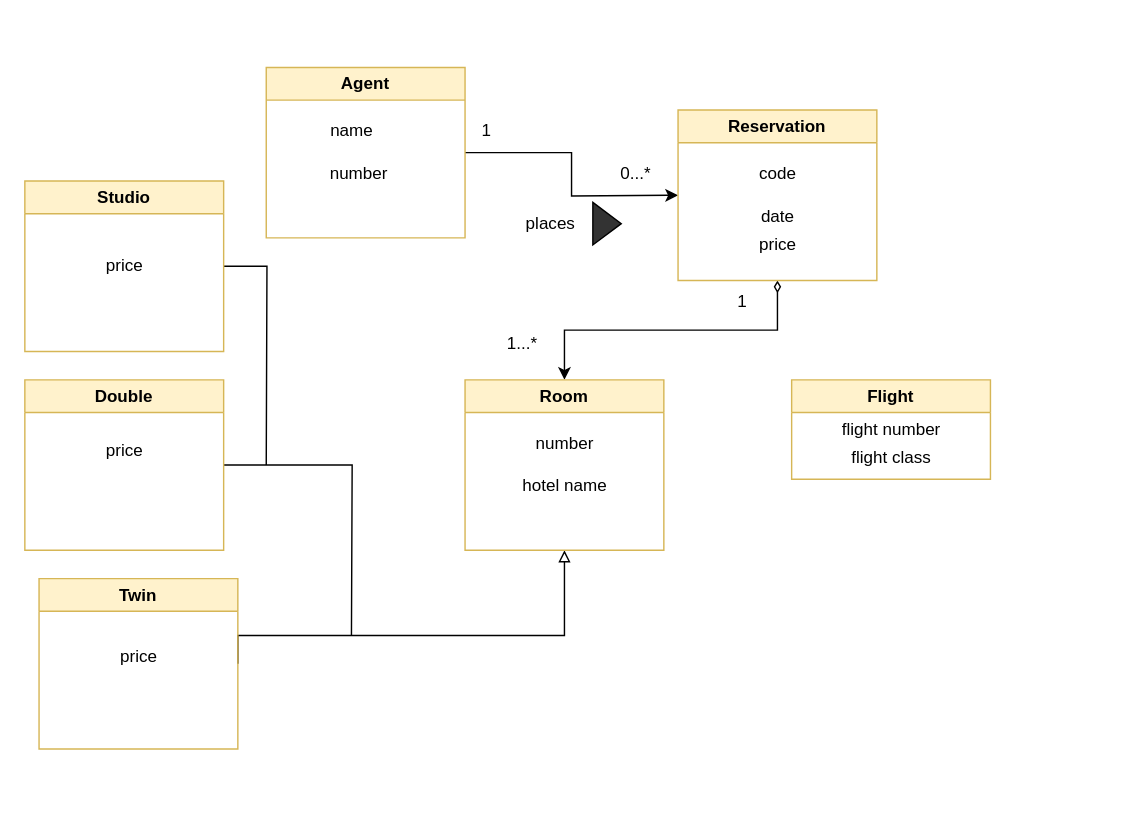
Noah-B-Reef/CS-3560-Homework-3 keeps this draw.io diagram as Q2A.drawio. Above is the earlier version. Source tidied: cells renumbered, new cells numbered last; positions are measured from the earlier drawing's top-left corner, leaving out a move shared by most shapes. Both pictures are drawn from the tidied source at 142%, with x=0, y=0 at pixel (24, 67).
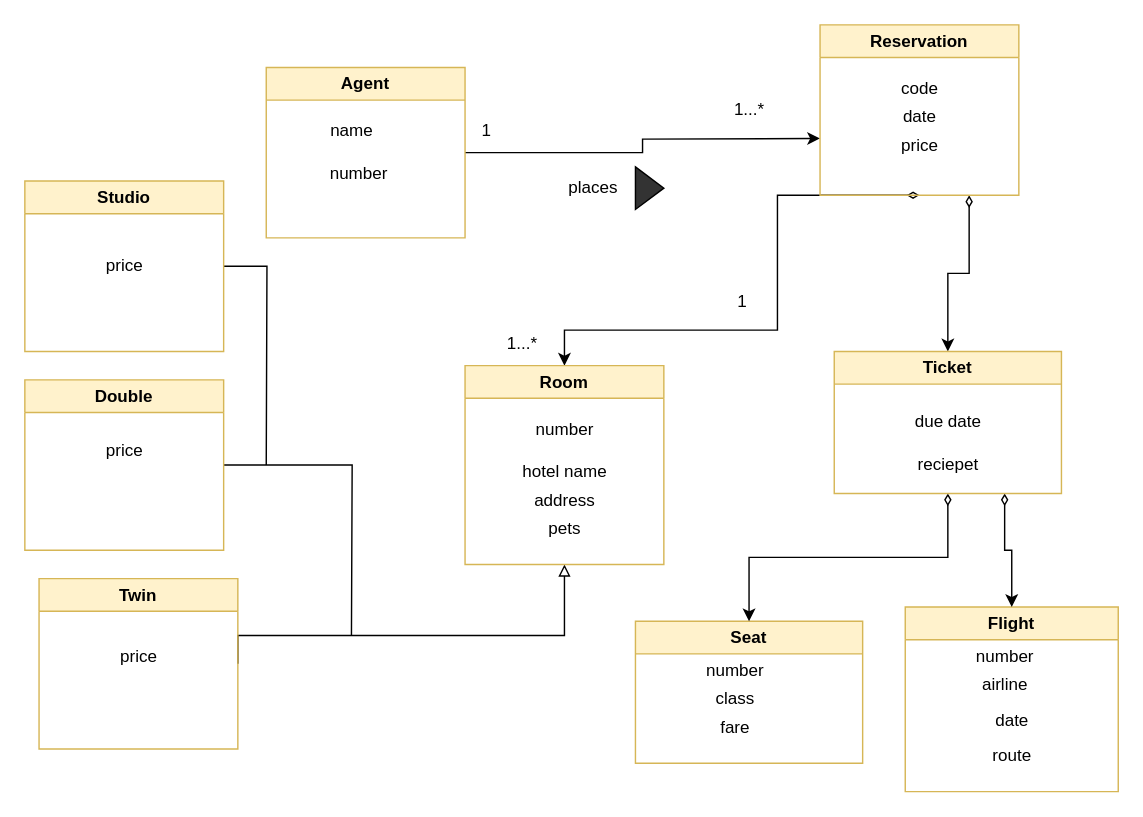
The same diagram, later.

Unchanged cells that the change refers to:
```xml
<mxCell id="3" value="Agent" style="swimlane;whiteSpace=wrap;html=1;startSize=23;fillColor=#fff2cc;strokeColor=#d6b656;" parent="1" vertex="1">
  <mxGeometry x="170" width="140" height="120" as="geometry" />
</mxCell>
```

Diff of the diagram source:
```diff
@@
     <mxCell id="2" style="edgeStyle=orthogonalEdgeStyle;rounded=0;jettySize=auto;html=1;exitX=1;exitY=0.5;exitDx=0;exitDy=0;" parent="1" edge="1" source="3">
       <mxGeometry relative="1" as="geometry">
-        <mxPoint x="460" y="90" as="targetPoint" />
+        <mxPoint x="560" y="50" as="targetPoint" />
       </mxGeometry>
     </mxCell>
@@
+    <mxCell id="32" style="edgeStyle=orthogonalEdgeStyle;rounded=0;jettySize=auto;html=1;exitX=0.75;exitY=1;exitDx=0;exitDy=0;endArrow=classic;endFill=1;startArrow=diamondThin;startFill=0;entryX=0.5;entryY=0;entryDx=0;entryDy=0;" parent="1" edge="1" source="7" target="43">
+      <mxGeometry relative="1" as="geometry" />
+    </mxCell>
     <mxCell id="7" value="Reservation" style="swimlane;whiteSpace=wrap;html=1;fillColor=#fff2cc;strokeColor=#d6b656;" parent="1" vertex="1">
-      <mxGeometry x="460" y="30" width="140" height="120" as="geometry" />
+      <mxGeometry x="560" y="-30" width="140" height="120" as="geometry" />
     </mxCell>
@@
     <mxCell id="9" value="date" style="text;html=1;align=center;verticalAlign=middle;strokeColor=none;fillColor=none;" parent="7" vertex="1">
-      <mxGeometry x="45" y="60" width="50" height="30" as="geometry" />
+      <mxGeometry x="45" y="50" width="50" height="30" as="geometry" />
     </mxCell>
     <mxCell id="10" value="price" style="text;html=1;align=center;verticalAlign=middle;strokeColor=none;fillColor=none;" parent="7" vertex="1">
-      <mxGeometry x="45" y="80" width="50" height="30" as="geometry" />
+      <mxGeometry x="45" y="70" width="50" height="30" as="geometry" />
     </mxCell>
@@
     <mxCell id="16" value="Room" style="swimlane;whiteSpace=wrap;html=1;fillColor=#fff2cc;strokeColor=#d6b656;" parent="1" vertex="1">
-      <mxGeometry x="310" y="220" width="140" height="120" as="geometry" />
+      <mxGeometry x="310" y="210" width="140" height="140" as="geometry" />
     </mxCell>
@@
+    <mxCell id="33" value="address" style="text;html=1;align=center;verticalAlign=middle;strokeColor=none;fillColor=none;" parent="16" vertex="1">
+      <mxGeometry x="35" y="80" width="70" height="30" as="geometry" />
+    </mxCell>
+    <mxCell id="34" value="pets" style="text;html=1;align=center;verticalAlign=middle;strokeColor=none;fillColor=none;" parent="16" vertex="1">
+      <mxGeometry x="45" y="100" width="50" height="30" as="geometry" />
+    </mxCell>
@@
-    <mxCell id="20" value="0...*" style="text;html=1;align=center;verticalAlign=middle;strokeColor=none;fillColor=none;" parent="1" vertex="1">
-      <mxGeometry x="410" y="60" width="40" height="30" as="geometry" />
+    <mxCell id="20" value="1...*" style="text;html=1;align=center;verticalAlign=middle;strokeColor=none;fillColor=none;" parent="1" vertex="1">
+      <mxGeometry x="490" y="15" width="40" height="30" as="geometry" />
     </mxCell>
     <mxCell id="21" style="triangle;whiteSpace=wrap;html=1;fillColor=#333333;" parent="1" vertex="1">
-      <mxGeometry x="400" y="95" width="20" height="30" as="geometry" />
+      <mxGeometry x="430" y="70" width="20" height="30" as="geometry" />
     </mxCell>
     <mxCell id="22" value="places" style="text;html=1;align=center;verticalAlign=middle;strokeColor=none;fillColor=none;" parent="1" vertex="1">
-      <mxGeometry x="340" y="95" width="60" height="30" as="geometry" />
+      <mxGeometry x="370" y="70" width="60" height="30" as="geometry" />
     </mxCell>
@@
     <mxCell id="29" value="Flight" style="swimlane;whiteSpace=wrap;html=1;fillColor=#fff2cc;strokeColor=#d6b656;" parent="1" vertex="1">
-      <mxGeometry x="540" y="220" width="140" height="70" as="geometry" />
+      <mxGeometry x="620" y="380" width="150" height="130" as="geometry" />
     </mxCell>
-    <mxCell id="30" value="flight number" style="text;html=1;align=center;verticalAlign=middle;strokeColor=none;fillColor=none;" parent="29" vertex="1">
-      <mxGeometry x="25" y="20" width="90" height="30" as="geometry" />
+    <mxCell id="30" value="number" style="text;html=1;align=center;verticalAlign=middle;strokeColor=none;fillColor=none;" parent="29" vertex="1">
+      <mxGeometry x="40" y="20" width="60" height="30" as="geometry" />
     </mxCell>
-    <mxCell id="31" value="flight class" style="text;html=1;align=center;verticalAlign=middle;strokeColor=none;fillColor=none;" parent="29" vertex="1">
-      <mxGeometry x="30" y="40" width="80" height="30" as="geometry" />
+    <mxCell id="31" value="airline" style="text;html=1;align=center;verticalAlign=middle;strokeColor=none;fillColor=none;" parent="29" vertex="1">
+      <mxGeometry x="40" y="40" width="60" height="30" as="geometry" />
     </mxCell>
+    <mxCell id="35" value="date" style="text;html=1;align=center;verticalAlign=middle;strokeColor=none;fillColor=none;" parent="29" vertex="1">
+      <mxGeometry x="50" y="65" width="50" height="30" as="geometry" />
+    </mxCell>
+    <mxCell id="36" value="route" style="text;html=1;align=center;verticalAlign=middle;strokeColor=none;fillColor=none;" parent="29" vertex="1">
+      <mxGeometry x="50" y="90" width="50" height="30" as="geometry" />
+    </mxCell>
+    <mxCell id="37" value="Seat" style="swimlane;whiteSpace=wrap;html=1;fillColor=#fff2cc;strokeColor=#d6b656;" parent="1" vertex="1">
+      <mxGeometry x="430" y="390" width="160" height="100" as="geometry" />
+    </mxCell>
+    <mxCell id="38" value="number" style="text;html=1;align=center;verticalAlign=middle;strokeColor=none;fillColor=none;" parent="37" vertex="1">
+      <mxGeometry x="40" y="20" width="60" height="30" as="geometry" />
+    </mxCell>
+    <mxCell id="39" value="class" style="text;html=1;align=center;verticalAlign=middle;strokeColor=none;fillColor=none;" parent="37" vertex="1">
+      <mxGeometry x="45" y="40" width="50" height="30" as="geometry" />
+    </mxCell>
+    <mxCell id="40" value="fare" style="text;html=1;align=center;verticalAlign=middle;strokeColor=none;fillColor=none;" parent="37" vertex="1">
+      <mxGeometry x="50" y="60" width="40" height="30" as="geometry" />
+    </mxCell>
+    <mxCell id="41" style="edgeStyle=orthogonalEdgeStyle;rounded=0;jettySize=auto;html=1;exitX=0.5;exitY=1;exitDx=0;exitDy=0;entryX=0.5;entryY=0;entryDx=0;entryDy=0;startArrow=diamondThin;startFill=0;" parent="1" edge="1" source="43" target="37">
+      <mxGeometry relative="1" as="geometry" />
+    </mxCell>
+    <mxCell id="42" style="edgeStyle=orthogonalEdgeStyle;rounded=0;jettySize=auto;html=1;exitX=0.75;exitY=1;exitDx=0;exitDy=0;entryX=0.5;entryY=0;entryDx=0;entryDy=0;startArrow=diamondThin;startFill=0;" parent="1" edge="1" source="43" target="29">
+      <mxGeometry relative="1" as="geometry" />
+    </mxCell>
+    <mxCell id="43" value="Ticket" style="swimlane;whiteSpace=wrap;html=1;fillColor=#fff2cc;strokeColor=#d6b656;" parent="1" vertex="1">
+      <mxGeometry x="570" y="200" width="160" height="100" as="geometry" />
+    </mxCell>
+    <mxCell id="44" value="due date" style="text;html=1;align=center;verticalAlign=middle;strokeColor=none;fillColor=none;" parent="43" vertex="1">
+      <mxGeometry x="45" y="35" width="70" height="30" as="geometry" />
+    </mxCell>
+    <mxCell id="45" value="reciepet" style="text;html=1;align=center;verticalAlign=middle;strokeColor=none;fillColor=none;" parent="43" vertex="1">
+      <mxGeometry x="45" y="65" width="70" height="30" as="geometry" />
+    </mxCell>
```
